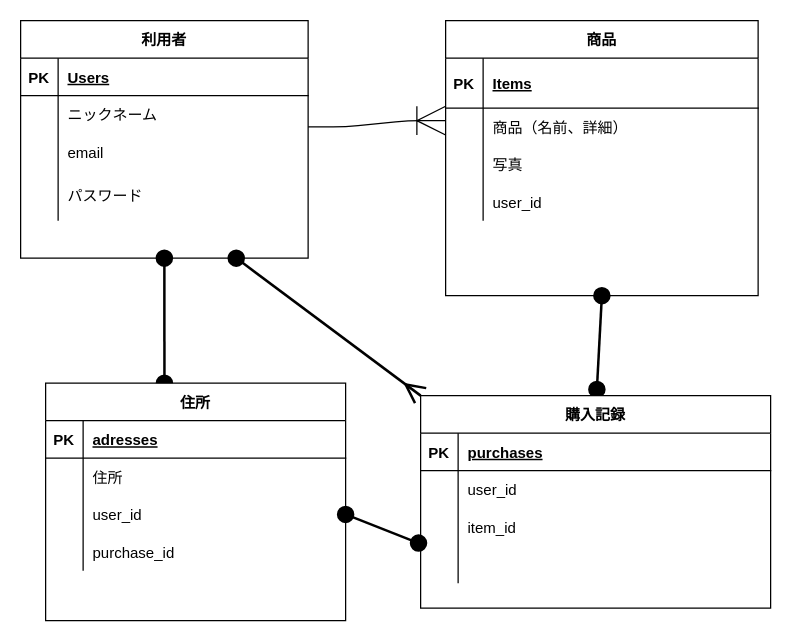
The draw.io diagram furima.dio in t-st7/furima-33555_id, before the edit. Source tidied: cells renumbered, new cells numbered last; positions are measured from the earlier drawing's top-left corner, leaving out a move shared by most shapes. Both pictures are drawn from the tidied source at 125%, with x=0, y=0 at pixel (20, 20).
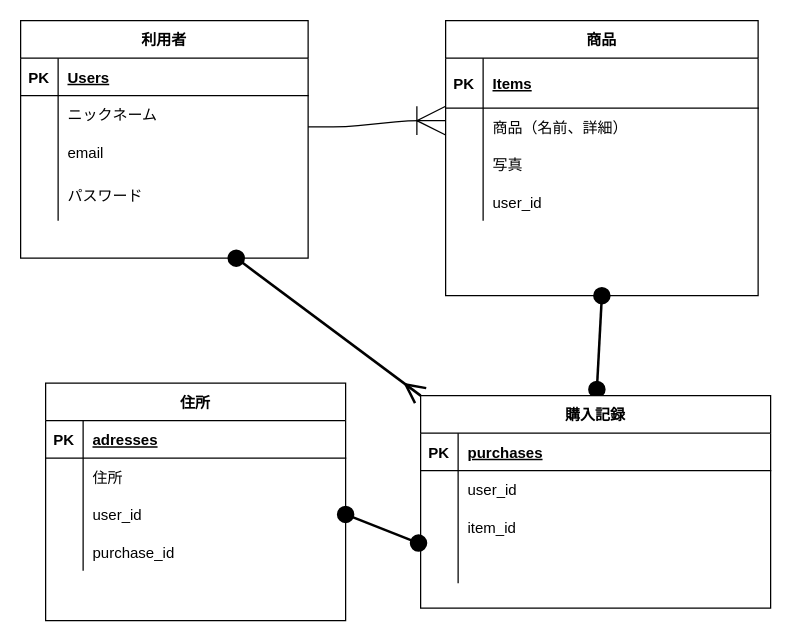
The same diagram, later.

Commit message (it also covers changes not shown here):
データベース設計修正

Unchanged cells that the change refers to:
```xml
<mxCell id="4" value="利用者" style="shape=table;startSize=30;childLayout=tableLayout;rowLines=0;fontStyle=1;align=center;rounded=0;sketch=0;" parent="1" vertex="1">
  <mxGeometry width="230" height="190" as="geometry" />
</mxCell>
<mxCell id="45" value="住所" style="shape=table;startSize=30;childLayout=tableLayout;rowLines=0;fontStyle=1;align=center;shadow=0;" parent="1" vertex="1">
  <mxGeometry x="20" y="290" width="240" height="190" as="geometry" />
</mxCell>
```

The edit, as a diff of the source:
```diff
@@
-    <mxCell id="3" style="edgeStyle=none;rounded=0;jettySize=auto;html=1;exitX=0.5;exitY=1;exitDx=0;exitDy=0;entryX=0.396;entryY=0;entryDx=0;entryDy=0;entryPerimeter=0;startArrow=oval;startFill=1;startSize=12;endArrow=oval;endFill=1;endSize=12;strokeWidth=2;" parent="1" edge="1" source="4" target="45">
-      <mxGeometry relative="1" as="geometry" />
-    </mxCell>
```
